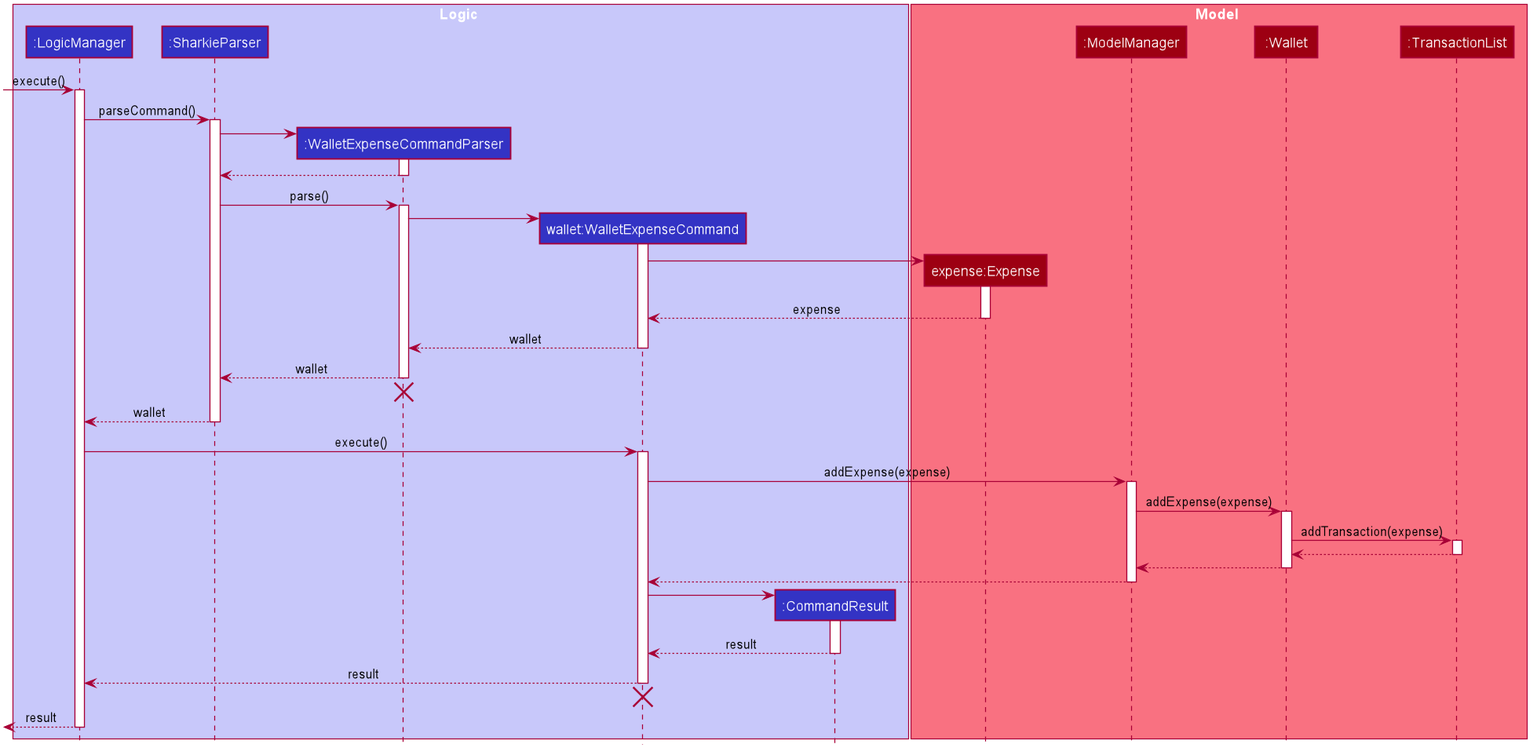
This is docs/images/ExpenseSequenceDiagram.png from syinyichen/main, a PlantUML export, as it was before one commit.
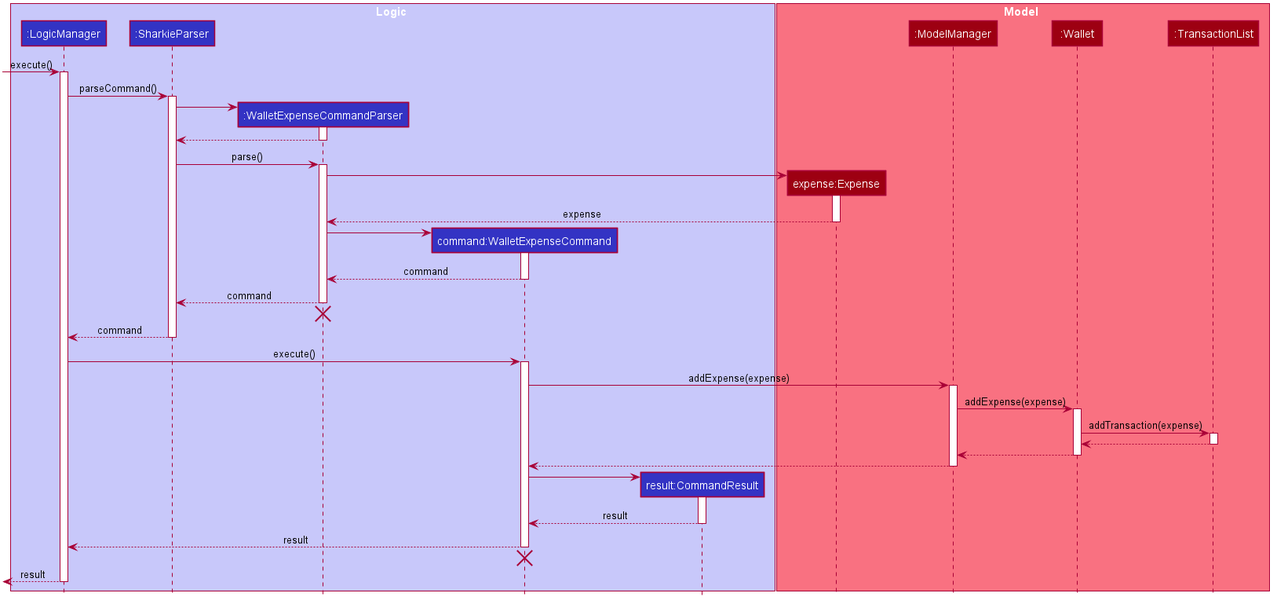
After the commit.

Commit message:
Fix expense activity and sequence diagrams

Diff of the diagram source:
```diff
@@ -54,8 +54,8 @@
 participant ":LogicManager" as Logic #3333C4
 participant ":SharkieParser" as SharkieParser #3333C4
 participant ":WalletExpenseCommandParser" as WalletExpenseCommandParser #3333C4
-participant "wallet:WalletExpenseCommand" as WalletExpenseCommand #3333C4
-participant ":CommandResult" as CommandResult #3333C4
+participant "command:WalletExpenseCommand" as WalletExpenseCommand #3333C4
+participant "result:CommandResult" as CommandResult #3333C4
 end box
 
 box Model #F97181
@@ -81,26 +81,27 @@
 SharkieParser -> WalletExpenseCommandParser : parse()
 activate WalletExpenseCommandParser
 
+
+create Expense
+WalletExpenseCommandParser -> Expense
+activate Expense
+
+Expense --> WalletExpenseCommandParser : expense
+deactivate Expense
+
 create WalletExpenseCommand
 WalletExpenseCommandParser -> WalletExpenseCommand
 activate WalletExpenseCommand
 
-create Expense
-WalletExpenseCommand -> Expense
-activate Expense
-
-Expense --> WalletExpenseCommand : expense
-deactivate Expense
-
-WalletExpenseCommand --> WalletExpenseCommandParser : wallet
+WalletExpenseCommand --> WalletExpenseCommandParser : command
 deactivate WalletExpenseCommand
 
-WalletExpenseCommandParser --> SharkieParser : wallet
+WalletExpenseCommandParser --> SharkieParser : command
 deactivate WalletExpenseCommandParser
 WalletExpenseCommandParser -[hidden]-> SharkieParser
 destroy WalletExpenseCommandParser
 
-SharkieParser --> Logic : wallet
+SharkieParser --> Logic : command
 deactivate SharkieParser
 
 Logic -> WalletExpenseCommand : execute()
```
